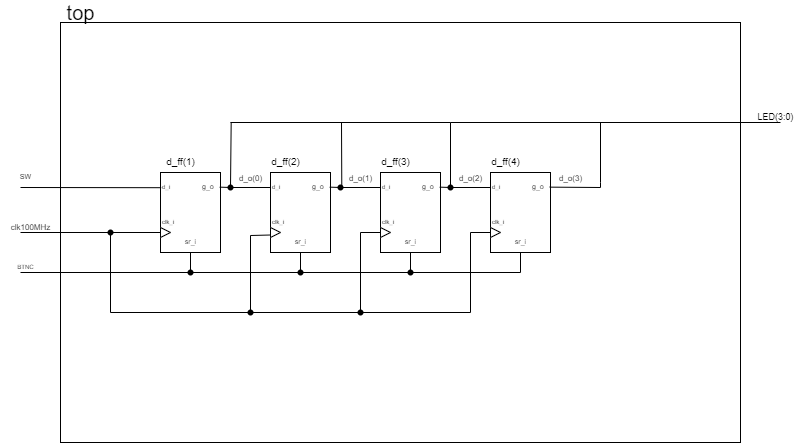
The draw.io diagram labs/05-ffs/images/top.png in Marxs31/digital-electronics-1, before a commit. Source tidied: cells renumbered, new cells last; positions are measured from the earlier drawing's top-left corner, leaving out a move shared by most shapes.
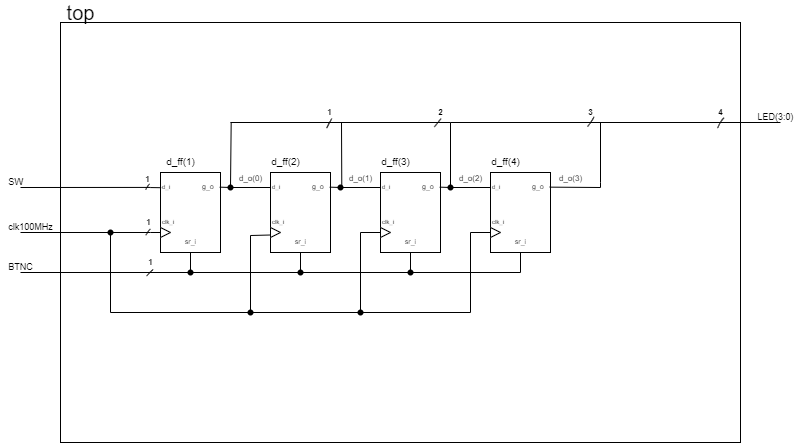
The same diagram one commit later.

Diff of the diagram source:
```diff
@@ -11,9 +11,9 @@
     <mxCell id="4" style="triangle;whiteSpace=wrap;html=1;" parent="1" vertex="1">
       <mxGeometry x="160" y="225" width="10" height="10" as="geometry" />
     </mxCell>
-    <mxCell id="5" style="endArrow=none;html=1;rounded=0;entryX=0.011;entryY=0.19;entryDx=0;entryDy=0;entryPerimeter=0;" parent="1" edge="1" target="3">
+    <mxCell id="5" style="endArrow=none;html=1;rounded=0;entryX=0.011;entryY=0.19;entryDx=0;entryDy=0;entryPerimeter=0;startArrow=none;" parent="1" edge="1" target="3">
       <mxGeometry relative="1" as="geometry">
-        <mxPoint x="20" y="185" as="sourcePoint" />
+        <mxPoint x="150" y="185.1" as="sourcePoint" />
       </mxGeometry>
     </mxCell>
     <mxCell id="6" style="endArrow=none;html=1;rounded=0;exitDx=0;exitDy=0;exitPerimeter=0;startArrow=none;" parent="1" edge="1" source="61">
@@ -24,15 +24,15 @@
     <mxCell id="7" value="&lt;font style=&quot;font-size: 6px&quot;&gt;d_i&lt;/font&gt;" style="text;html=1;align=left;verticalAlign=middle;strokeColor=none;fillColor=none;fontSize=6;" parent="1" vertex="1">
       <mxGeometry x="160" y="180" width="20" height="10" as="geometry" />
     </mxCell>
-    <mxCell id="8" style="endArrow=none;html=1;rounded=0;fontSize=6;entryX=0;entryY=0.5;entryDx=0;entryDy=0;" parent="1" edge="1" target="4">
+    <mxCell id="8" style="endArrow=none;html=1;rounded=0;fontSize=6;entryX=0;entryY=0.5;entryDx=0;entryDy=0;startArrow=none;" parent="1" edge="1" target="4">
       <mxGeometry relative="1" as="geometry">
-        <mxPoint x="20" y="230" as="sourcePoint" />
+        <mxPoint x="150" y="230" as="sourcePoint" />
       </mxGeometry>
     </mxCell>
-    <mxCell id="9" value="&lt;font style=&quot;font-size: 7px&quot;&gt;SW&lt;/font&gt;" style="text;html=1;align=center;verticalAlign=middle;strokeColor=none;fillColor=none;fontSize=6;" parent="1" vertex="1">
-      <mxGeometry x="10" y="170" width="30" height="10" as="geometry" />
+    <mxCell id="9" value="&lt;font style=&quot;font-size: 9px&quot;&gt;SW&lt;/font&gt;" style="text;html=1;align=center;verticalAlign=middle;strokeColor=none;fillColor=none;fontSize=6;" parent="1" vertex="1">
+      <mxGeometry y="175" width="30" height="10" as="geometry" />
     </mxCell>
-    <mxCell id="10" value="clk100MHz" style="text;html=1;align=center;verticalAlign=middle;strokeColor=none;fillColor=none;fontSize=8;" parent="1" vertex="1">
+    <mxCell id="10" value="&lt;font style=&quot;font-size: 9px&quot;&gt;clk100MHz&lt;/font&gt;" style="text;html=1;align=center;verticalAlign=middle;strokeColor=none;fillColor=none;fontSize=8;" parent="1" vertex="1">
       <mxGeometry y="215" width="60" height="20" as="geometry" />
     </mxCell>
     <mxCell id="11" value="&amp;nbsp; &amp;nbsp;clk_i" style="text;html=1;align=center;verticalAlign=middle;strokeColor=none;fillColor=none;fontSize=6;" parent="1" vertex="1">
@@ -45,8 +45,8 @@
         </Array>
       </mxGeometry>
     </mxCell>
-    <mxCell id="13" value="BTNC" style="text;html=1;align=center;verticalAlign=middle;strokeColor=none;fillColor=none;fontSize=6;" parent="1" vertex="1">
-      <mxGeometry x="10" y="260" width="30" height="10" as="geometry" />
+    <mxCell id="13" value="&lt;font style=&quot;font-size: 9px&quot;&gt;BTNC&lt;/font&gt;" style="text;html=1;align=center;verticalAlign=middle;strokeColor=none;fillColor=none;fontSize=6;" parent="1" vertex="1">
+      <mxGeometry y="260" width="40" height="10" as="geometry" />
     </mxCell>
     <mxCell id="14" value="sr_i" style="text;html=1;align=center;verticalAlign=middle;strokeColor=none;fillColor=none;fontSize=7;" parent="1" vertex="1">
       <mxGeometry x="175" y="235" width="30" height="10" as="geometry" />
@@ -293,5 +293,59 @@
     <mxCell id="72" value="&lt;font style=&quot;font-size: 9px&quot;&gt;LED(3:0)&lt;/font&gt;" style="text;html=1;align=center;verticalAlign=middle;strokeColor=none;fillColor=none;fontSize=6;" parent="1" vertex="1">
       <mxGeometry x="750" y="110" width="50" height="10" as="geometry" />
     </mxCell>
+    <mxCell id="73" style="endArrow=none;html=1;rounded=0;fontSize=6;" parent="1" edge="1">
+      <mxGeometry relative="1" as="geometry">
+        <mxPoint x="20" y="230" as="sourcePoint" />
+        <mxPoint x="150" y="230" as="targetPoint" />
+      </mxGeometry>
+    </mxCell>
+    <mxCell id="74" style="endArrow=none;html=1;rounded=0;entryX=1.008;entryY=0.487;entryDx=0;entryDy=0;entryPerimeter=0;" parent="1" edge="1">
+      <mxGeometry relative="1" as="geometry">
+        <mxPoint x="20" y="185" as="sourcePoint" />
+        <mxPoint x="150.1" y="184.9" as="targetPoint" />
+      </mxGeometry>
+    </mxCell>
+    <mxCell id="75" style="shape=(stored shape, 348 characters);fillColor=none;fontSize=9;" parent="1" vertex="1">
+      <mxGeometry x="145.2" y="181.3" width="3.8" height="6" as="geometry" />
+    </mxCell>
+    <mxCell id="76" style="shape=(stored shape, 400 characters);fillColor=none;fontSize=9;" parent="1" vertex="1">
+      <mxGeometry x="145.2" y="226.7" width="4.8" height="6" as="geometry" />
+    </mxCell>
+    <mxCell id="77" style="shape=(stored shape, 324 characters);fillColor=none;fontSize=9;" parent="1" vertex="1">
+      <mxGeometry x="146.2" y="267" width="6.5" height="6.7" as="geometry" />
+    </mxCell>
+    <mxCell id="78" style="shape=(stored shape, 344 characters);fillColor=none;fontSize=9;" parent="1" vertex="1">
+      <mxGeometry x="326.2" y="116" width="5.2" height="9.7" as="geometry" />
+    </mxCell>
+    <mxCell id="79" style="shape=(stored shape, 448 characters);fillColor=none;fontSize=9;" parent="1" vertex="1">
+      <mxGeometry x="433.8" y="116.3" width="6.8" height="8" as="geometry" />
+    </mxCell>
+    <mxCell id="80" style="shape=(stored shape, 432 characters);fillColor=none;fontSize=9;" parent="1" vertex="1">
+      <mxGeometry x="587" y="114.3" width="6.3" height="9.8" as="geometry" />
+    </mxCell>
+    <mxCell id="81" style="shape=(stored shape, 384 characters);fillColor=none;fontSize=9;" parent="1" vertex="1">
+      <mxGeometry x="717" y="115.3" width="6.7" height="10.2" as="geometry" />
+    </mxCell>
+    <mxCell id="82" value="&lt;font style=&quot;font-size: 8px&quot;&gt;&lt;b&gt;1&lt;/b&gt;&lt;/font&gt;" style="text;html=1;align=center;verticalAlign=middle;strokeColor=none;fillColor=none;fontSize=9;" parent="1" vertex="1">
+      <mxGeometry x="137.1" y="167.3" width="20" height="20" as="geometry" />
+    </mxCell>
+    <mxCell id="83" value="&lt;font style=&quot;font-size: 8px&quot;&gt;&lt;b&gt;1&lt;/b&gt;&lt;/font&gt;" style="text;html=1;align=center;verticalAlign=middle;strokeColor=none;fillColor=none;fontSize=9;" parent="1" vertex="1">
+      <mxGeometry x="137.6" y="210" width="20" height="20" as="geometry" />
+    </mxCell>
+    <mxCell id="84" value="&lt;font style=&quot;font-size: 8px&quot;&gt;&lt;b&gt;1&lt;/b&gt;&lt;/font&gt;" style="text;html=1;align=center;verticalAlign=middle;strokeColor=none;fillColor=none;fontSize=9;" parent="1" vertex="1">
+      <mxGeometry x="140" y="250" width="20" height="20" as="geometry" />
+    </mxCell>
+    <mxCell id="85" value="&lt;font style=&quot;font-size: 8px&quot;&gt;&lt;b&gt;1&lt;/b&gt;&lt;/font&gt;" style="text;html=1;align=center;verticalAlign=middle;strokeColor=none;fillColor=none;fontSize=9;" parent="1" vertex="1">
+      <mxGeometry x="318.8" y="100" width="20" height="20" as="geometry" />
+    </mxCell>
+    <mxCell id="86" value="&lt;font style=&quot;font-size: 8px&quot;&gt;&lt;b&gt;2&lt;/b&gt;&lt;/font&gt;" style="text;html=1;align=center;verticalAlign=middle;strokeColor=none;fillColor=none;fontSize=9;" parent="1" vertex="1">
+      <mxGeometry x="430" y="100" width="20" height="20" as="geometry" />
+    </mxCell>
+    <mxCell id="87" value="&lt;font style=&quot;font-size: 8px&quot;&gt;&lt;b&gt;3&lt;/b&gt;&lt;/font&gt;" style="text;html=1;align=center;verticalAlign=middle;strokeColor=none;fillColor=none;fontSize=9;" parent="1" vertex="1">
+      <mxGeometry x="580.2" y="100" width="20" height="20" as="geometry" />
+    </mxCell>
+    <mxCell id="88" value="&lt;font style=&quot;font-size: 8px&quot;&gt;&lt;b&gt;4&lt;/b&gt;&lt;/font&gt;" style="text;html=1;align=center;verticalAlign=middle;strokeColor=none;fillColor=none;fontSize=9;" parent="1" vertex="1">
+      <mxGeometry x="710.3" y="100" width="20" height="20" as="geometry" />
+    </mxCell>
   </root>
 </mxGraphModel>
```
